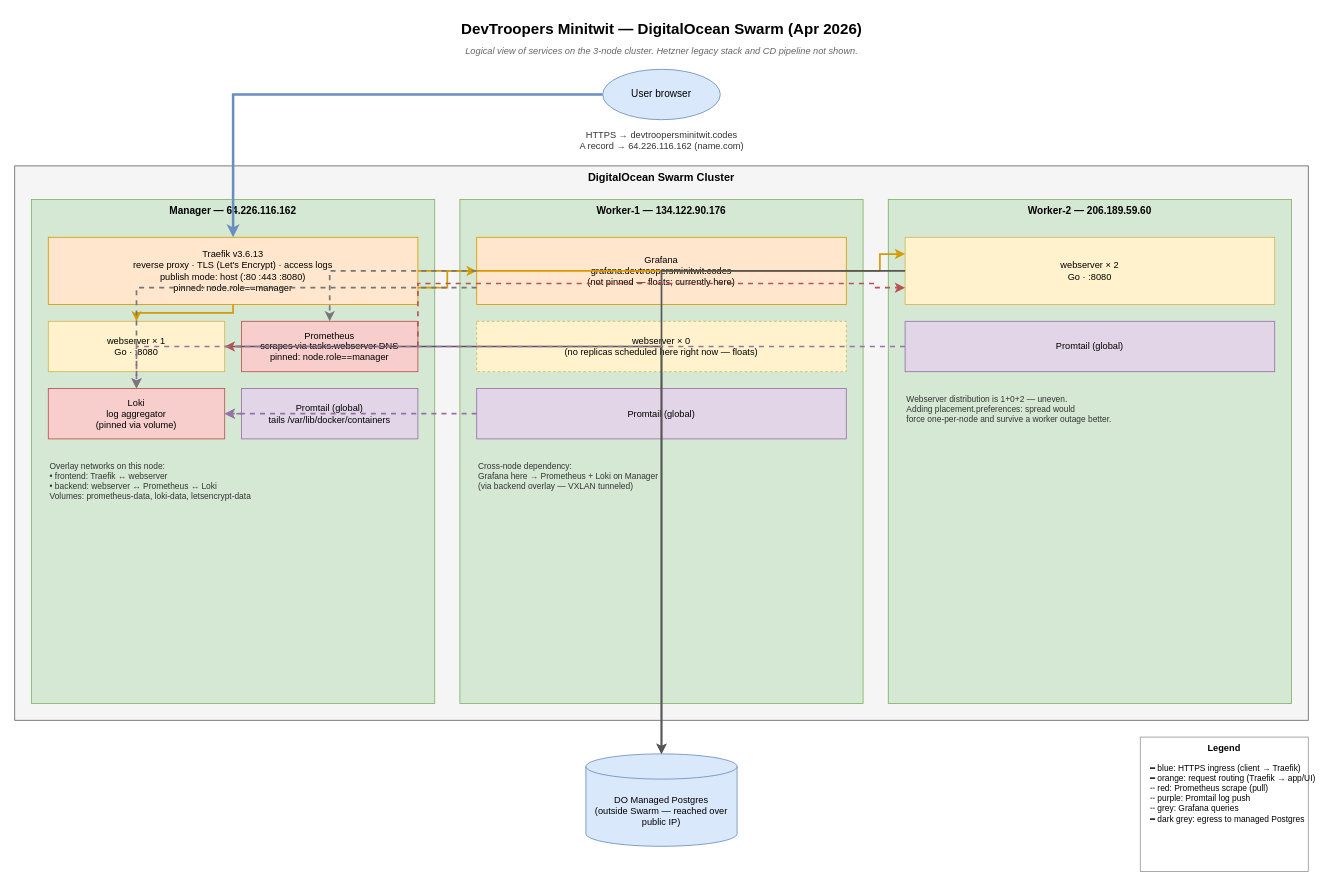
This is page "DO Swarm (Apr 2026)" (1 of 2) of docs/architecture.drawio from DevTroopers-ITU/itu-minitwit, a draw.io file, before an edit. Source tidied: cells renumbered, new cells numbered last; positions are measured from the earlier drawing's top-left corner, leaving out a move shared by most shapes. Both pictures are drawn from the tidied source at 84%, with x=0, y=0 at pixel (14, 14).
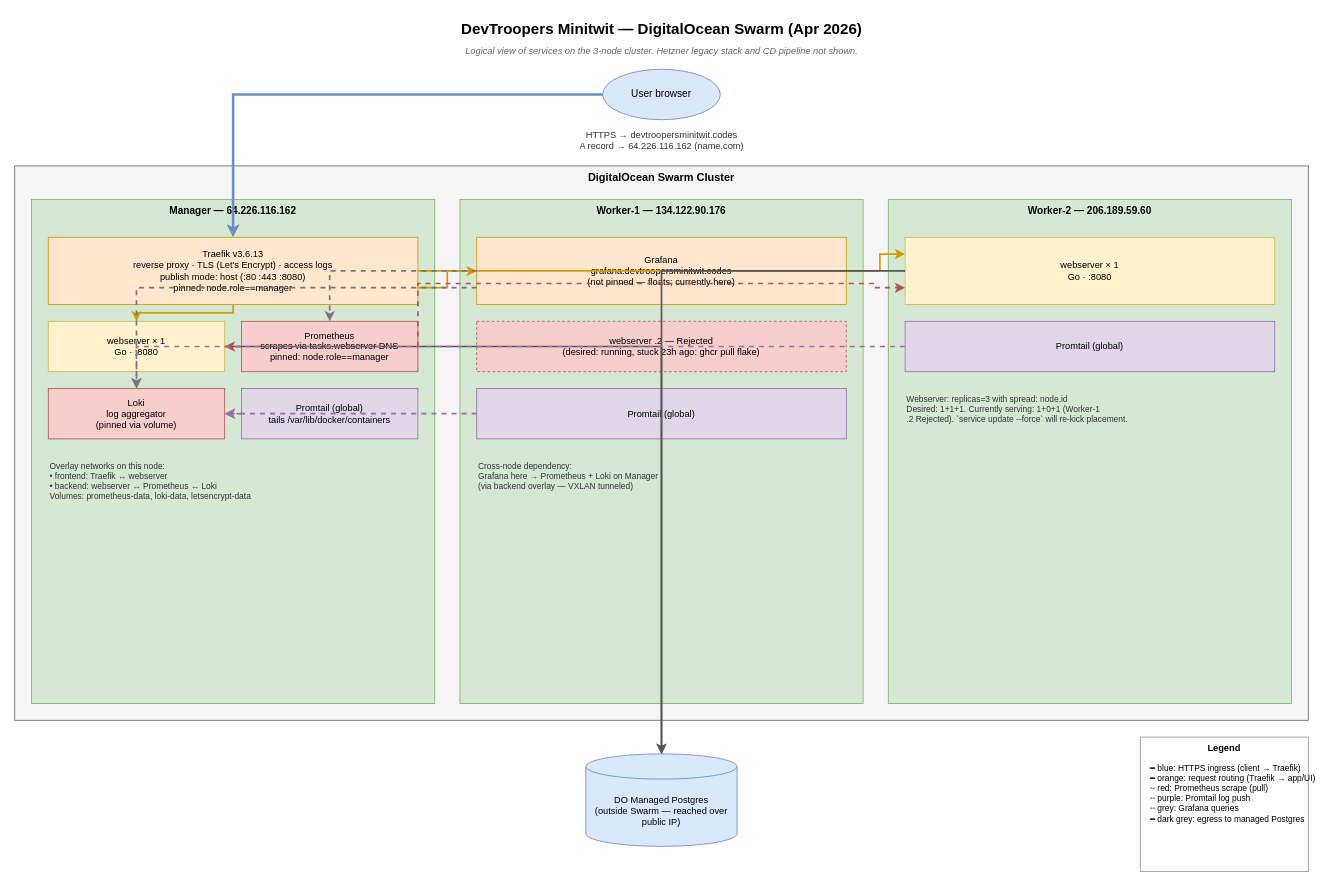
After the change.

Diff of the diagram source:
```diff
@@
-    <mxCell id="16" value="webserver × 0&#10;(no replicas scheduled here right now — floats)" style="whiteSpace=wrap;html=1;fillColor=#fff2cc;strokeColor=#d6b656;fontSize=11;dashed=1;" parent="1" vertex="1">
+    <mxCell id="16" value="webserver .2 — Rejected&#10;(desired: running, stuck 23h ago: ghcr pull flake)" style="whiteSpace=wrap;html=1;fillColor=#f8cecc;strokeColor=#b85450;fontSize=11;dashed=1;" parent="1" vertex="1">
       <mxGeometry x="550" y="365" width="440" height="60" as="geometry" />
     </mxCell>
@@
-    <mxCell id="20" value="webserver × 2&#10;Go · :8080" style="whiteSpace=wrap;html=1;fillColor=#fff2cc;strokeColor=#d6b656;fontSize=11;" parent="1" vertex="1">
+    <mxCell id="20" value="webserver × 1&#10;Go · :8080" style="whiteSpace=wrap;html=1;fillColor=#fff2cc;strokeColor=#d6b656;fontSize=11;" parent="1" vertex="1">
       <mxGeometry x="1060" y="265" width="440" height="80" as="geometry" />
     </mxCell>
@@
-    <mxCell id="22" value="Webserver distribution is 1+0+2 — uneven.&#10;Adding placement.preferences: spread would&#10;force one-per-node and survive a worker outage better." style="text;html=1;fontSize=10;align=left;verticalAlign=top;fontColor=#333333;" parent="1" vertex="1">
+    <mxCell id="22" value="Webserver: replicas=3 with spread: node.id&#10;Desired: 1+1+1. Currently serving: 1+0+1 (Worker-1&#10;.2 Rejected). `service update --force` will re-kick placement." style="text;html=1;fontSize=10;align=left;verticalAlign=top;fontColor=#333333;" parent="1" vertex="1">
       <mxGeometry x="1060" y="445" width="440" height="60" as="geometry" />
     </mxCell>
```
